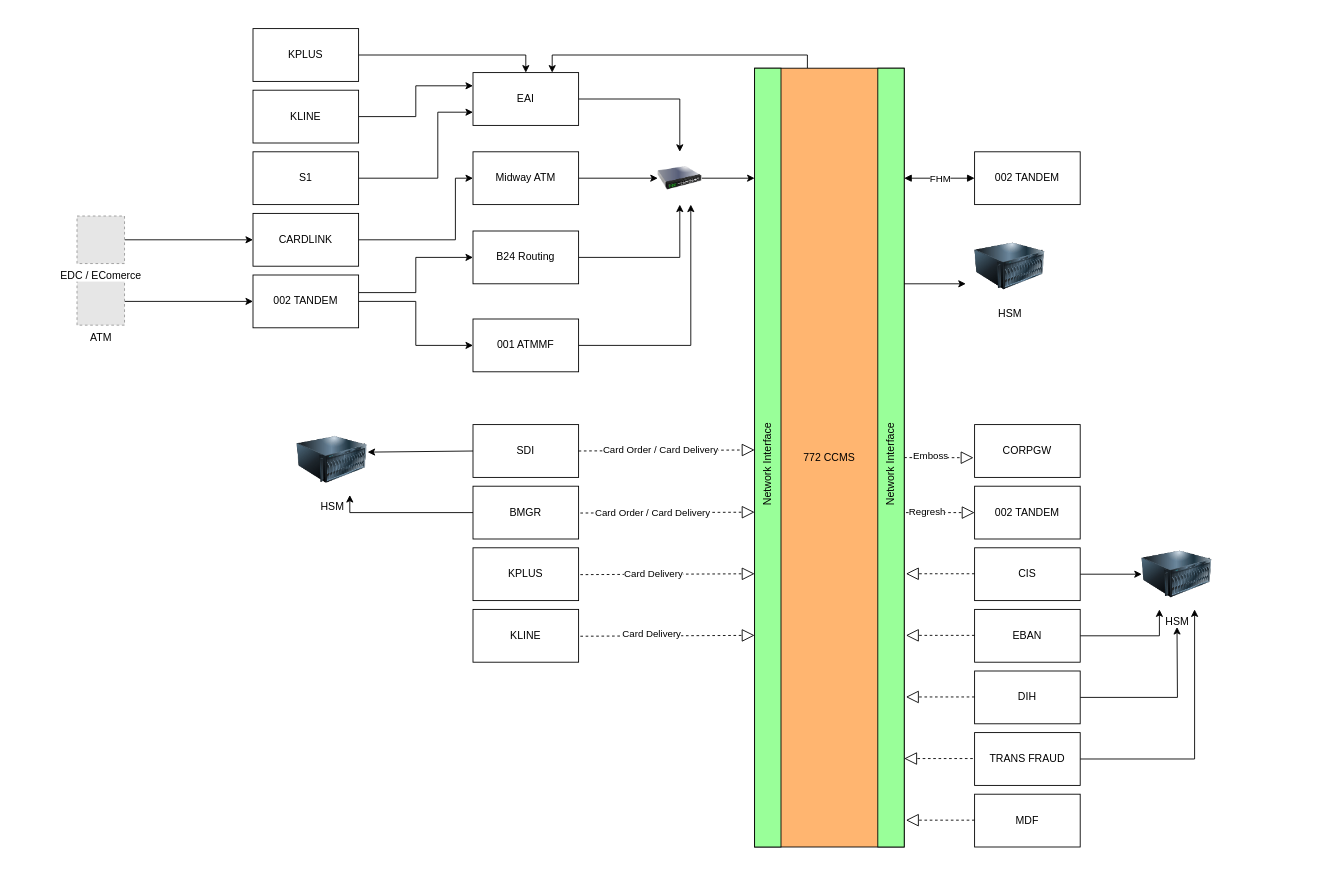
The draw.io diagram page "High Level Diagram" (11 of 11) of CCMS_Diagram.drawio in chawaratr/drawio, before the edit. Source tidied: cells renumbered, new cells numbered last; positions are measured from the earlier drawing's top-left corner, leaving out a move shared by most shapes. Both pictures are drawn from the tidied source at 88%, with x=0, y=0 at pixel (77, 28). Pictures stored in the file or linked from it are replaced by grey dashed boxes.
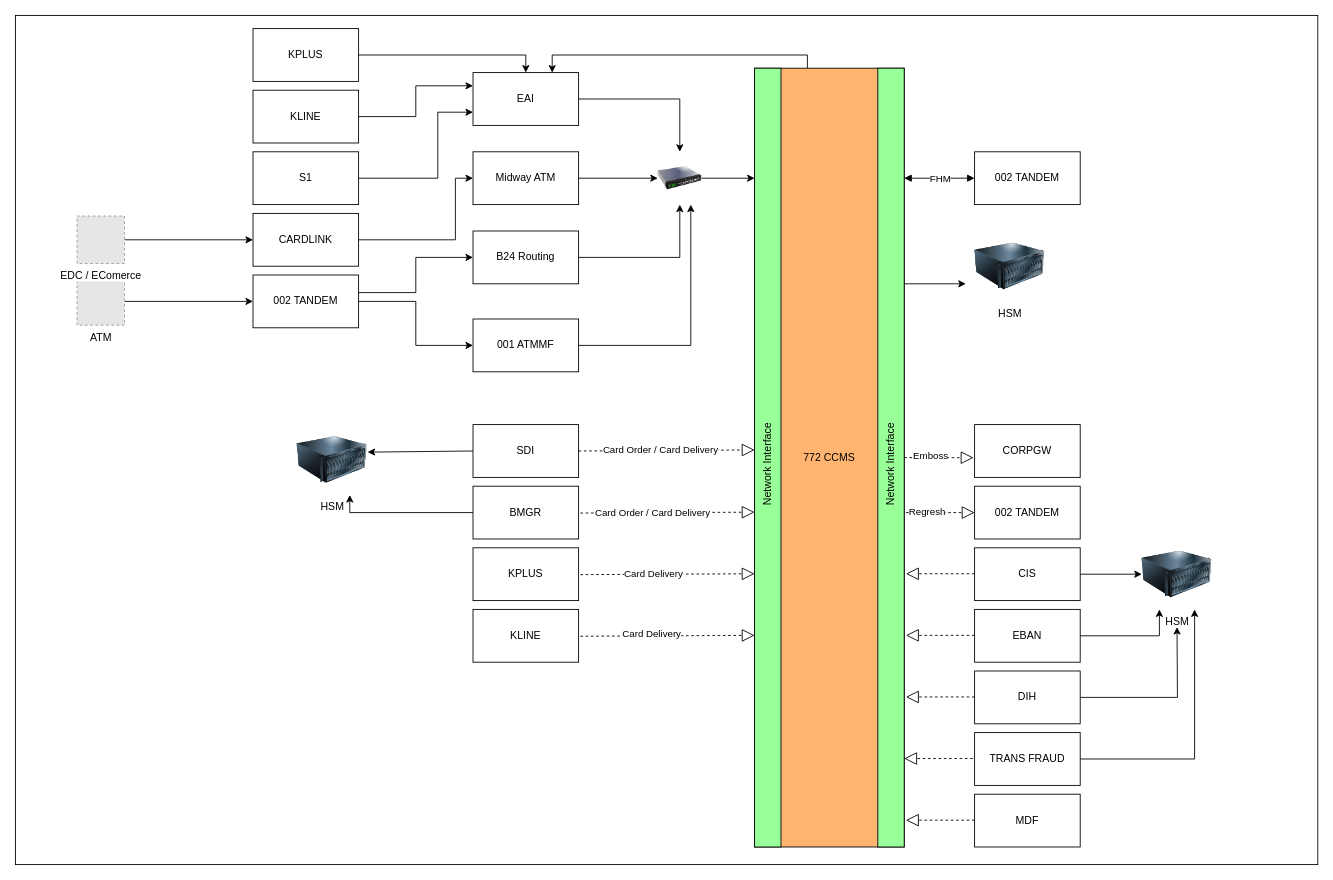
Above is the later version.

Diff of the diagram source:
```diff
@@
+    <mxCell id="74" style="rounded=0;whiteSpace=wrap;html=1;" parent="1" vertex="1">
+      <mxGeometry x="-70" y="-15" width="1480" height="965" as="geometry" />
+    </mxCell>
```
